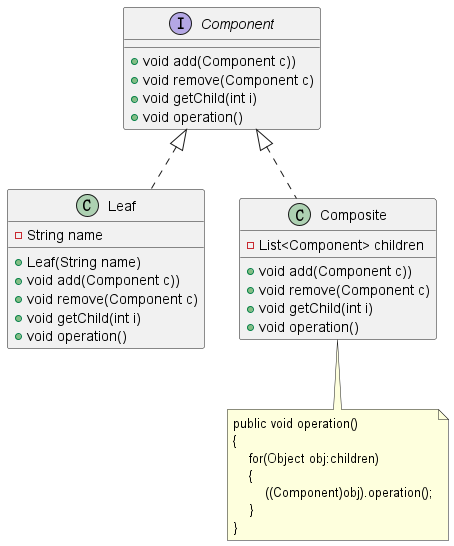
Above: spring-cloud-design-pattern/structure-composite-pattern/src/main/resources/static/transparent/diagram.png in sunnyzhy/Design-pattern (PlantUML), before the change.
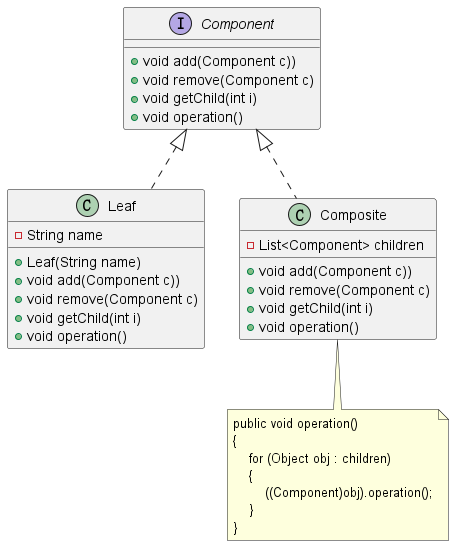
After the change.

What changed in the source:
```diff
@@ -29,7 +29,7 @@
 note as N
     public void operation()
     {
-        for(Object obj:children)
+        for (Object obj : children)
         {
             ((Component)obj).operation();
         }
```
